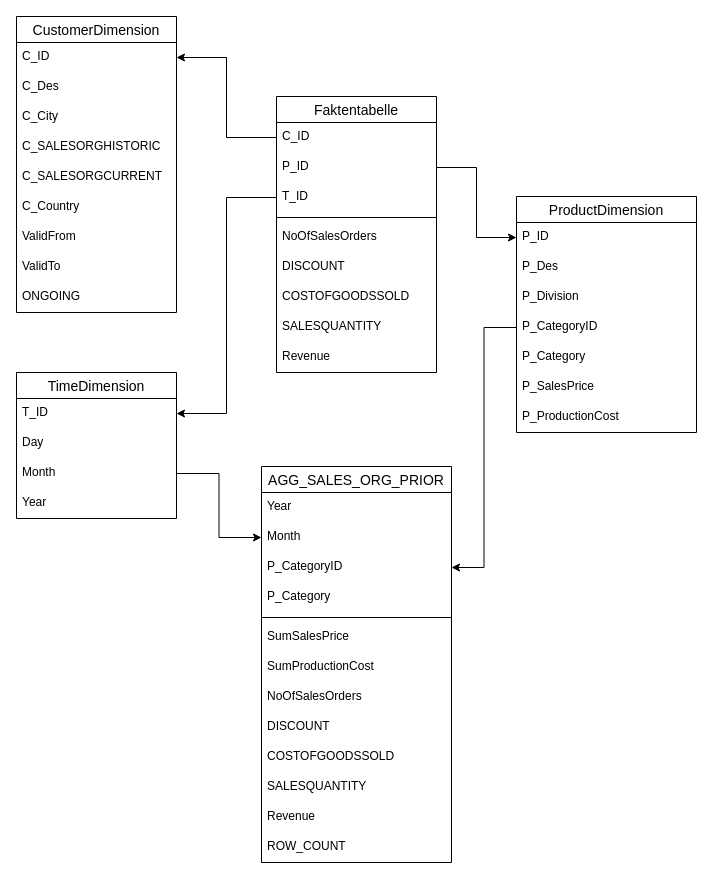
Above: star-schema-dirtsbike.drawio in dvdkwei/mondrian-dirt-bikes (draw.io), before the change. Source tidied: cells renumbered, new cells numbered last; positions are measured from the earlier drawing's top-left corner, leaving out a move shared by most shapes. Both pictures are drawn from the tidied source at 100%, with x=0, y=0 at pixel (16, 16).
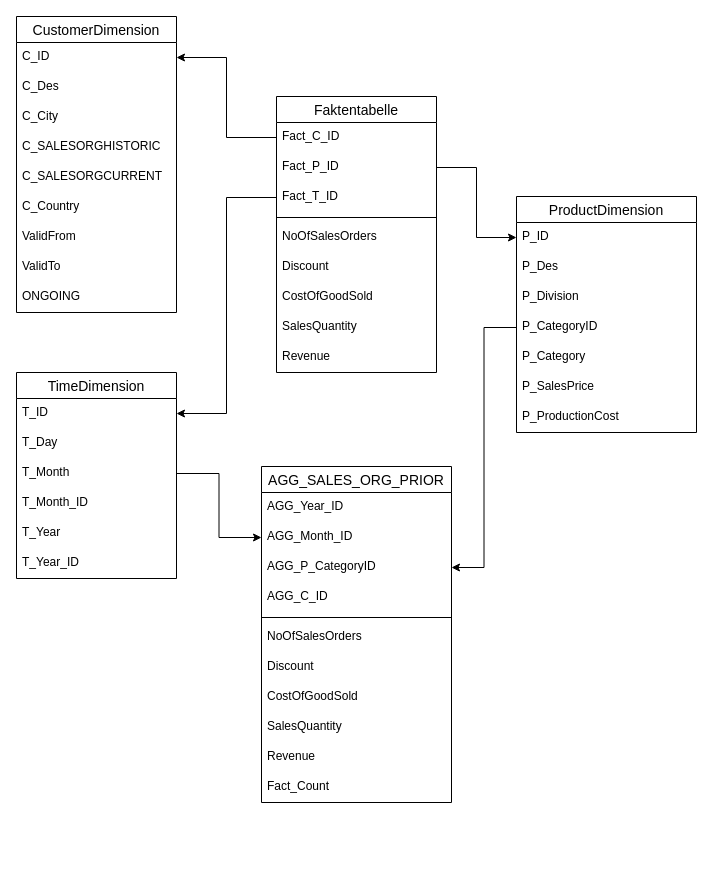
The same diagram, later.

Unchanged cells that the change refers to:
```xml
<mxCell id="2" value="Faktentabelle" style="swimlane;fontStyle=0;horizontal=1;startSize=26;align=center;fontSize=14;" parent="1" vertex="1">
  <mxGeometry x="260" y="80" width="160" height="276" as="geometry" />
</mxCell>
```

The edit, as a diff of the source:
```diff
@@
-    <mxCell id="3" value="C_ID" style="text;strokeColor=none;fillColor=none;spacingLeft=4;spacingRight=4;overflow=hidden;points=[[0,0.5],[1,0.5]];portConstraint=eastwest;fontSize=12;" parent="2" vertex="1">
+    <mxCell id="3" value="Fact_C_ID" style="text;strokeColor=none;fillColor=none;spacingLeft=4;spacingRight=4;overflow=hidden;points=[[0,0.5],[1,0.5]];portConstraint=eastwest;fontSize=12;" parent="2" vertex="1">
       <mxGeometry y="26" width="160" height="30" as="geometry" />
     </mxCell>
-    <mxCell id="4" value="P_ID" style="text;strokeColor=none;fillColor=none;spacingLeft=4;spacingRight=4;overflow=hidden;points=[[0,0.5],[1,0.5]];portConstraint=eastwest;fontSize=12;" parent="2" vertex="1">
+    <mxCell id="4" value="Fact_P_ID" style="text;strokeColor=none;fillColor=none;spacingLeft=4;spacingRight=4;overflow=hidden;points=[[0,0.5],[1,0.5]];portConstraint=eastwest;fontSize=12;" parent="2" vertex="1">
       <mxGeometry y="56" width="160" height="30" as="geometry" />
     </mxCell>
-    <mxCell id="5" value="T_ID" style="text;strokeColor=none;fillColor=none;spacingLeft=4;spacingRight=4;overflow=hidden;points=[[0,0.5],[1,0.5]];portConstraint=eastwest;fontSize=12;" parent="2" vertex="1">
+    <mxCell id="5" value="Fact_T_ID" style="text;strokeColor=none;fillColor=none;spacingLeft=4;spacingRight=4;overflow=hidden;points=[[0,0.5],[1,0.5]];portConstraint=eastwest;fontSize=12;" parent="2" vertex="1">
       <mxGeometry y="86" width="160" height="30" as="geometry" />
     </mxCell>
@@
-    <mxCell id="8" value="DISCOUNT" style="text;strokeColor=none;fillColor=none;spacingLeft=4;spacingRight=4;overflow=hidden;fontSize=12;" parent="2" vertex="1">
+    <mxCell id="8" value="Discount" style="text;strokeColor=none;fillColor=none;spacingLeft=4;spacingRight=4;overflow=hidden;fontSize=12;" parent="2" vertex="1">
       <mxGeometry y="156" width="160" height="30" as="geometry" />
     </mxCell>
-    <mxCell id="9" value="COSTOFGOODSSOLD" style="text;strokeColor=none;fillColor=none;spacingLeft=4;spacingRight=4;overflow=hidden;fontSize=12;" parent="2" vertex="1">
+    <mxCell id="9" value="CostOfGoodSold" style="text;strokeColor=none;fillColor=none;spacingLeft=4;spacingRight=4;overflow=hidden;fontSize=12;" parent="2" vertex="1">
       <mxGeometry y="186" width="160" height="30" as="geometry" />
     </mxCell>
-    <mxCell id="10" value="SALESQUANTITY" style="text;strokeColor=none;fillColor=none;spacingLeft=4;spacingRight=4;overflow=hidden;fontSize=12;" parent="2" vertex="1">
+    <mxCell id="10" value="SalesQuantity" style="text;strokeColor=none;fillColor=none;spacingLeft=4;spacingRight=4;overflow=hidden;fontSize=12;" parent="2" vertex="1">
       <mxGeometry y="216" width="160" height="30" as="geometry" />
     </mxCell>
@@
     <mxCell id="12" value="TimeDimension" style="swimlane;fontStyle=0;horizontal=1;startSize=26;align=center;fontSize=14;" parent="1" vertex="1">
-      <mxGeometry y="356" width="160" height="146" as="geometry" />
+      <mxGeometry y="356" width="160" height="206" as="geometry" />
     </mxCell>
@@
-    <mxCell id="14" value="Day" style="text;strokeColor=none;fillColor=none;spacingLeft=4;spacingRight=4;overflow=hidden;fontSize=12;" parent="12" vertex="1">
+    <mxCell id="14" value="T_Day" style="text;strokeColor=none;fillColor=none;spacingLeft=4;spacingRight=4;overflow=hidden;fontSize=12;" parent="12" vertex="1">
       <mxGeometry y="56" width="160" height="30" as="geometry" />
     </mxCell>
-    <mxCell id="15" value="Month" style="text;strokeColor=none;fillColor=none;spacingLeft=4;spacingRight=4;overflow=hidden;points=[[0,0.5],[1,0.5]];portConstraint=eastwest;fontSize=12;" parent="12" vertex="1">
+    <mxCell id="15" value="T_Month" style="text;strokeColor=none;fillColor=none;spacingLeft=4;spacingRight=4;overflow=hidden;points=[[0,0.5],[1,0.5]];portConstraint=eastwest;fontSize=12;" parent="12" vertex="1">
       <mxGeometry y="86" width="160" height="30" as="geometry" />
     </mxCell>
+    <mxCell id="54" value="T_Month_ID" style="text;strokeColor=none;fillColor=none;spacingLeft=4;spacingRight=4;overflow=hidden;fontSize=12;" parent="12" vertex="1">
+      <mxGeometry y="116" width="160" height="30" as="geometry" />
+    </mxCell>
-    <mxCell id="16" value="Year" style="text;strokeColor=none;fillColor=none;spacingLeft=4;spacingRight=4;overflow=hidden;fontSize=12;" parent="12" vertex="1">
-      <mxGeometry y="116" width="160" height="30" as="geometry" />
+    <mxCell id="16" value="T_Year" style="text;strokeColor=none;fillColor=none;spacingLeft=4;spacingRight=4;overflow=hidden;fontSize=12;" parent="12" vertex="1">
+      <mxGeometry y="146" width="160" height="30" as="geometry" />
     </mxCell>
+    <mxCell id="55" value="T_Year_ID" style="text;strokeColor=none;fillColor=none;spacingLeft=4;spacingRight=4;overflow=hidden;fontSize=12;" parent="12" vertex="1">
+      <mxGeometry y="176" width="160" height="30" as="geometry" />
+    </mxCell>
@@
     <mxCell id="35" value="AGG_SALES_ORG_PRIOR" style="swimlane;fontStyle=0;horizontal=1;startSize=26;align=center;fontSize=14;" parent="1" vertex="1">
-      <mxGeometry x="245" y="450" width="190" height="396" as="geometry" />
+      <mxGeometry x="245" y="450" width="190" height="336" as="geometry" />
     </mxCell>
-    <mxCell id="36" value="Year" style="text;strokeColor=none;fillColor=none;spacingLeft=4;spacingRight=4;overflow=hidden;fontSize=12;" parent="35" vertex="1">
+    <mxCell id="36" value="AGG_Year_ID" style="text;strokeColor=none;fillColor=none;spacingLeft=4;spacingRight=4;overflow=hidden;fontSize=12;" parent="35" vertex="1">
       <mxGeometry y="26" width="190" height="30" as="geometry" />
     </mxCell>
-    <mxCell id="37" value="Month" style="text;strokeColor=none;fillColor=none;spacingLeft=4;spacingRight=4;overflow=hidden;points=[[0,0.5],[1,0.5]];portConstraint=eastwest;fontSize=12;" parent="35" vertex="1">
+    <mxCell id="37" value="AGG_Month_ID" style="text;strokeColor=none;fillColor=none;spacingLeft=4;spacingRight=4;overflow=hidden;points=[[0,0.5],[1,0.5]];portConstraint=eastwest;fontSize=12;" parent="35" vertex="1">
       <mxGeometry y="56" width="190" height="30" as="geometry" />
     </mxCell>
-    <mxCell id="38" value="P_CategoryID" style="text;strokeColor=none;fillColor=none;spacingLeft=4;spacingRight=4;overflow=hidden;points=[[0,0.5],[1,0.5]];portConstraint=eastwest;fontSize=12;" parent="35" vertex="1">
+    <mxCell id="38" value="AGG_P_CategoryID" style="text;strokeColor=none;fillColor=none;spacingLeft=4;spacingRight=4;overflow=hidden;points=[[0,0.5],[1,0.5]];portConstraint=eastwest;fontSize=12;" parent="35" vertex="1">
       <mxGeometry y="86" width="190" height="30" as="geometry" />
     </mxCell>
-    <mxCell id="39" value="P_Category" style="text;strokeColor=none;fillColor=none;spacingLeft=4;spacingRight=4;overflow=hidden;fontSize=12;" parent="35" vertex="1">
-      <mxGeometry y="116" width="190" height="30" as="geometry" />
-    </mxCell>
+    <mxCell id="56" value="AGG_C_ID" style="text;strokeColor=none;fillColor=none;spacingLeft=4;spacingRight=4;overflow=hidden;fontSize=12;" parent="35" vertex="1">
+      <mxGeometry y="116" width="190" height="30" as="geometry" />
+    </mxCell>
@@
-    <mxCell id="41" value="SumSalesPrice" style="text;strokeColor=none;fillColor=none;spacingLeft=4;spacingRight=4;overflow=hidden;fontSize=12;" parent="35" vertex="1">
-      <mxGeometry y="156" width="190" height="30" as="geometry" />
-    </mxCell>
-    <mxCell id="42" value="SumProductionCost" style="text;strokeColor=none;fillColor=none;spacingLeft=4;spacingRight=4;overflow=hidden;fontSize=12;" parent="35" vertex="1">
-      <mxGeometry y="186" width="190" height="30" as="geometry" />
-    </mxCell>
     <mxCell id="43" value="NoOfSalesOrders" style="text;strokeColor=none;fillColor=none;spacingLeft=4;spacingRight=4;overflow=hidden;fontSize=12;" parent="35" vertex="1">
-      <mxGeometry y="216" width="190" height="30" as="geometry" />
+      <mxGeometry y="156" width="190" height="30" as="geometry" />
     </mxCell>
-    <mxCell id="44" value="DISCOUNT" style="text;strokeColor=none;fillColor=none;spacingLeft=4;spacingRight=4;overflow=hidden;fontSize=12;" parent="35" vertex="1">
-      <mxGeometry y="246" width="190" height="30" as="geometry" />
+    <mxCell id="44" value="Discount" style="text;strokeColor=none;fillColor=none;spacingLeft=4;spacingRight=4;overflow=hidden;fontSize=12;" parent="35" vertex="1">
+      <mxGeometry y="186" width="190" height="30" as="geometry" />
     </mxCell>
-    <mxCell id="45" value="COSTOFGOODSSOLD" style="text;strokeColor=none;fillColor=none;spacingLeft=4;spacingRight=4;overflow=hidden;fontSize=12;" parent="35" vertex="1">
-      <mxGeometry y="276" width="190" height="30" as="geometry" />
+    <mxCell id="45" value="CostOfGoodSold" style="text;strokeColor=none;fillColor=none;spacingLeft=4;spacingRight=4;overflow=hidden;fontSize=12;" parent="35" vertex="1">
+      <mxGeometry y="216" width="190" height="30" as="geometry" />
     </mxCell>
-    <mxCell id="46" value="SALESQUANTITY" style="text;strokeColor=none;fillColor=none;spacingLeft=4;spacingRight=4;overflow=hidden;fontSize=12;" parent="35" vertex="1">
-      <mxGeometry y="306" width="190" height="30" as="geometry" />
+    <mxCell id="46" value="SalesQuantity" style="text;strokeColor=none;fillColor=none;spacingLeft=4;spacingRight=4;overflow=hidden;fontSize=12;" parent="35" vertex="1">
+      <mxGeometry y="246" width="190" height="30" as="geometry" />
     </mxCell>
     <mxCell id="47" value="Revenue" style="text;strokeColor=none;fillColor=none;spacingLeft=4;spacingRight=4;overflow=hidden;fontSize=12;" parent="35" vertex="1">
-      <mxGeometry y="336" width="190" height="30" as="geometry" />
+      <mxGeometry y="276" width="190" height="30" as="geometry" />
     </mxCell>
-    <mxCell id="48" value="ROW_COUNT" style="text;strokeColor=none;fillColor=none;spacingLeft=4;spacingRight=4;overflow=hidden;fontSize=12;" parent="35" vertex="1">
-      <mxGeometry y="366" width="190" height="30" as="geometry" />
+    <mxCell id="48" value="Fact_Count" style="text;strokeColor=none;fillColor=none;spacingLeft=4;spacingRight=4;overflow=hidden;fontSize=12;" parent="35" vertex="1">
+      <mxGeometry y="306" width="190" height="30" as="geometry" />
     </mxCell>
```
